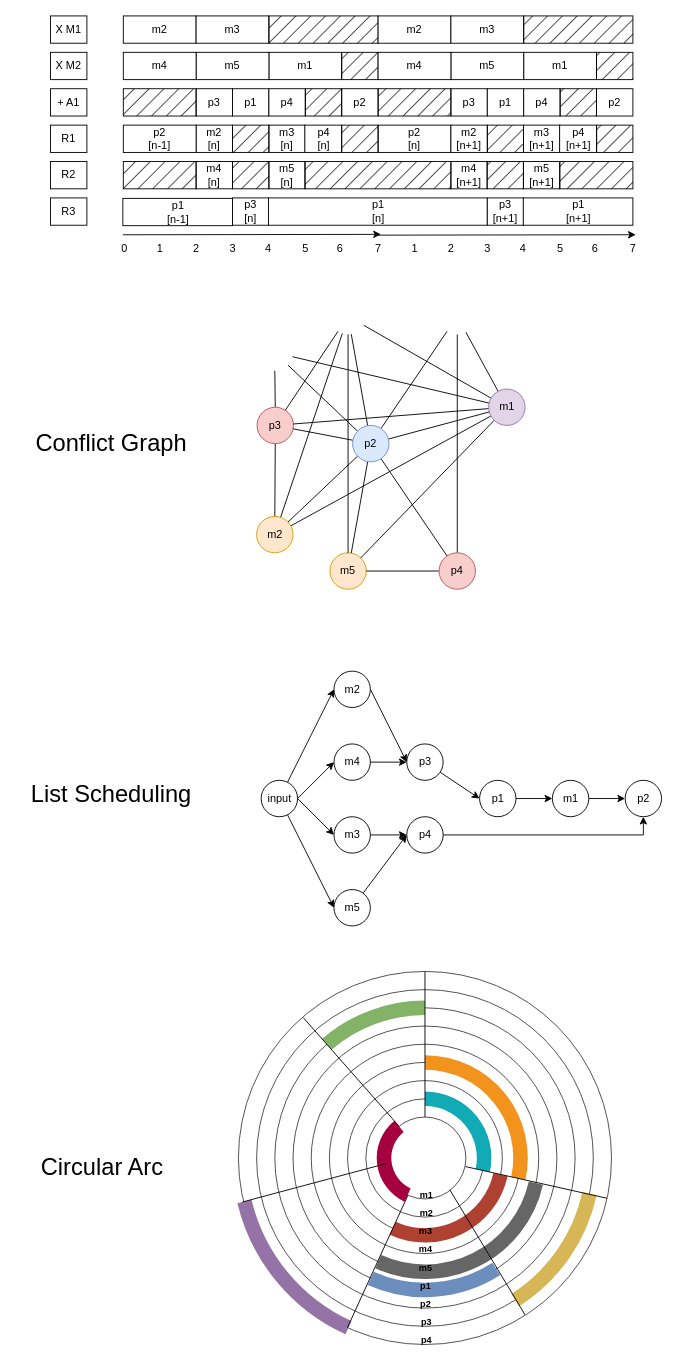
The draw.io diagram page "Circular-arc graph" (3 of 5) of Assignement1/IDSP DrawIO.drawio in martinreinok/IDSP191210950, before the edit. Source tidied: cells renumbered, new cells numbered last; positions are measured from the earlier drawing's top-left corner, leaving out a move shared by most shapes. Both pictures are drawn from the tidied source at 91%, with x=0, y=0 at pixel (15, 15).
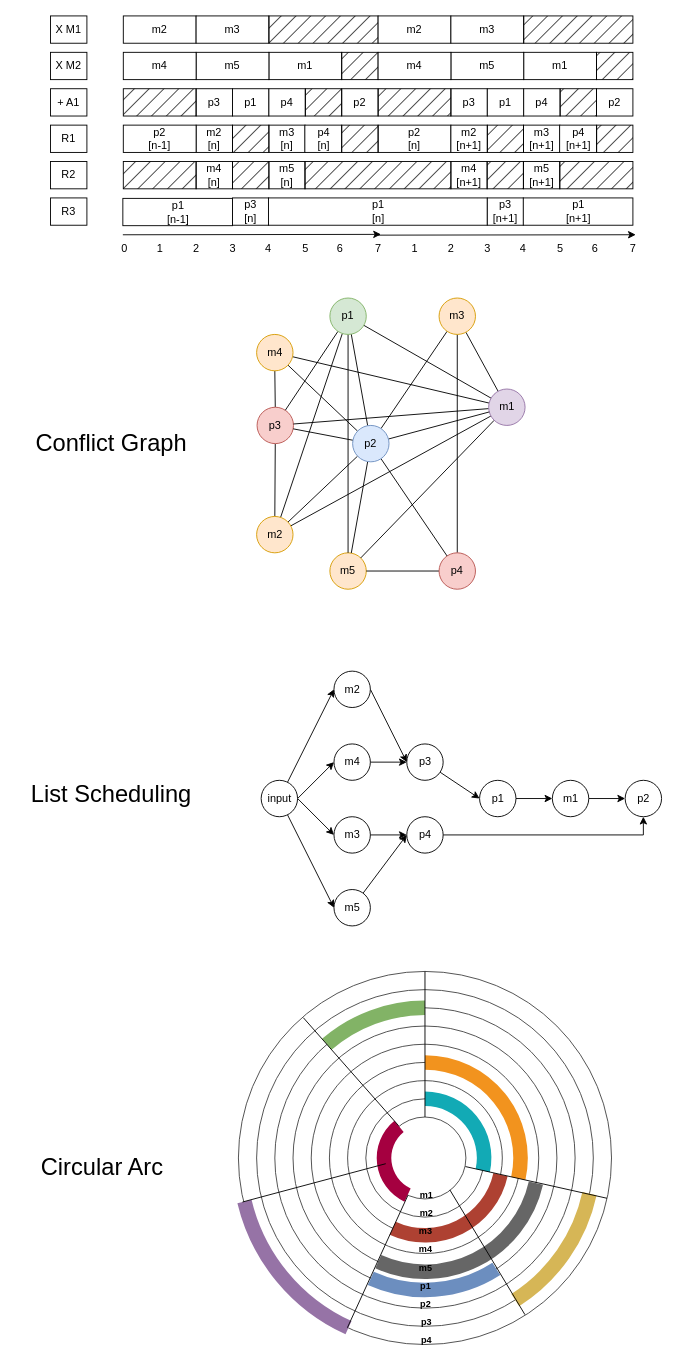
The same diagram, later.

What changed in the source:
```diff
@@
+    <mxCell id="162" value="m4" style="ellipse;whiteSpace=wrap;html=1;fontSize=12;fillColor=#ffe6cc;strokeColor=#d79b00;" parent="1" vertex="1">
+      <mxGeometry x="264.5" y="350" width="40" height="40" as="geometry" />
+    </mxCell>
+    <mxCell id="163" value="p1" style="ellipse;whiteSpace=wrap;html=1;fontSize=12;fillColor=#d5e8d4;strokeColor=#82b366;" parent="1" vertex="1">
+      <mxGeometry x="345" y="310" width="40" height="40" as="geometry" />
+    </mxCell>
+    <mxCell id="164" value="m3" style="ellipse;whiteSpace=wrap;html=1;fontSize=12;fillColor=#ffe6cc;strokeColor=#d79b00;" parent="1" vertex="1">
+      <mxGeometry x="465" y="310" width="40" height="40" as="geometry" />
+    </mxCell>
```
